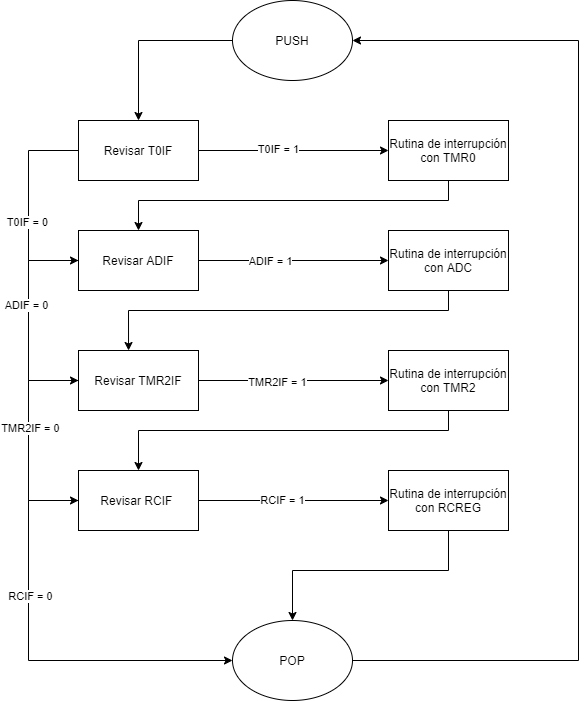
Above: Diagrama general proyecto.png in gil19443/Progra_de_micros (draw.io), before the change. Source tidied: cells renumbered, new cells last; positions are measured from the earlier drawing's top-left corner, leaving out a move shared by most shapes.
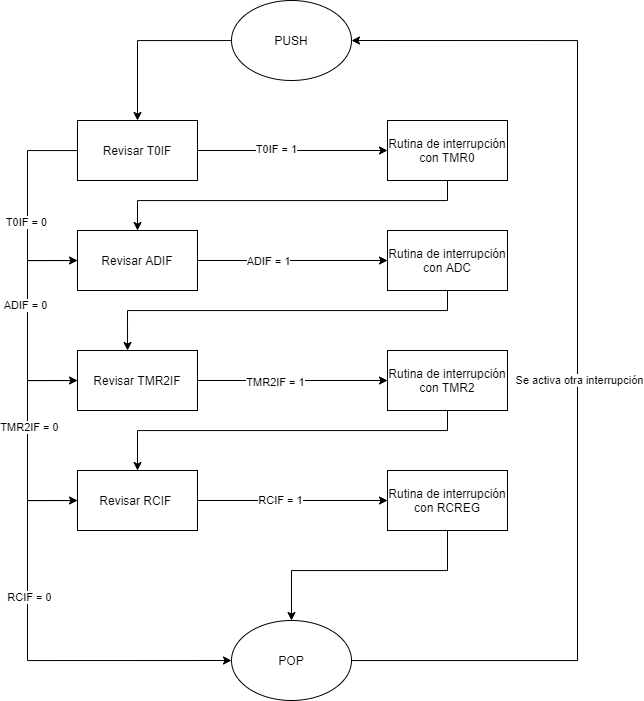
After the change.

What changed in the source:
```diff
@@ -16,6 +16,9 @@
         </Array>
       </mxGeometry>
     </mxCell>
+    <mxCell id="34" value="Se activa otra interrupción" style="edgeLabel;html=1;align=center;verticalAlign=middle;" parent="4" vertex="1">
+      <mxGeometry x="-0.05" y="-1" relative="1" as="geometry" />
+    </mxCell>
     <mxCell id="5" value="POP" style="ellipse;whiteSpace=wrap;html=1;" parent="1" vertex="1">
       <mxGeometry x="204" y="620" width="120" height="80" as="geometry" />
     </mxCell>
```
